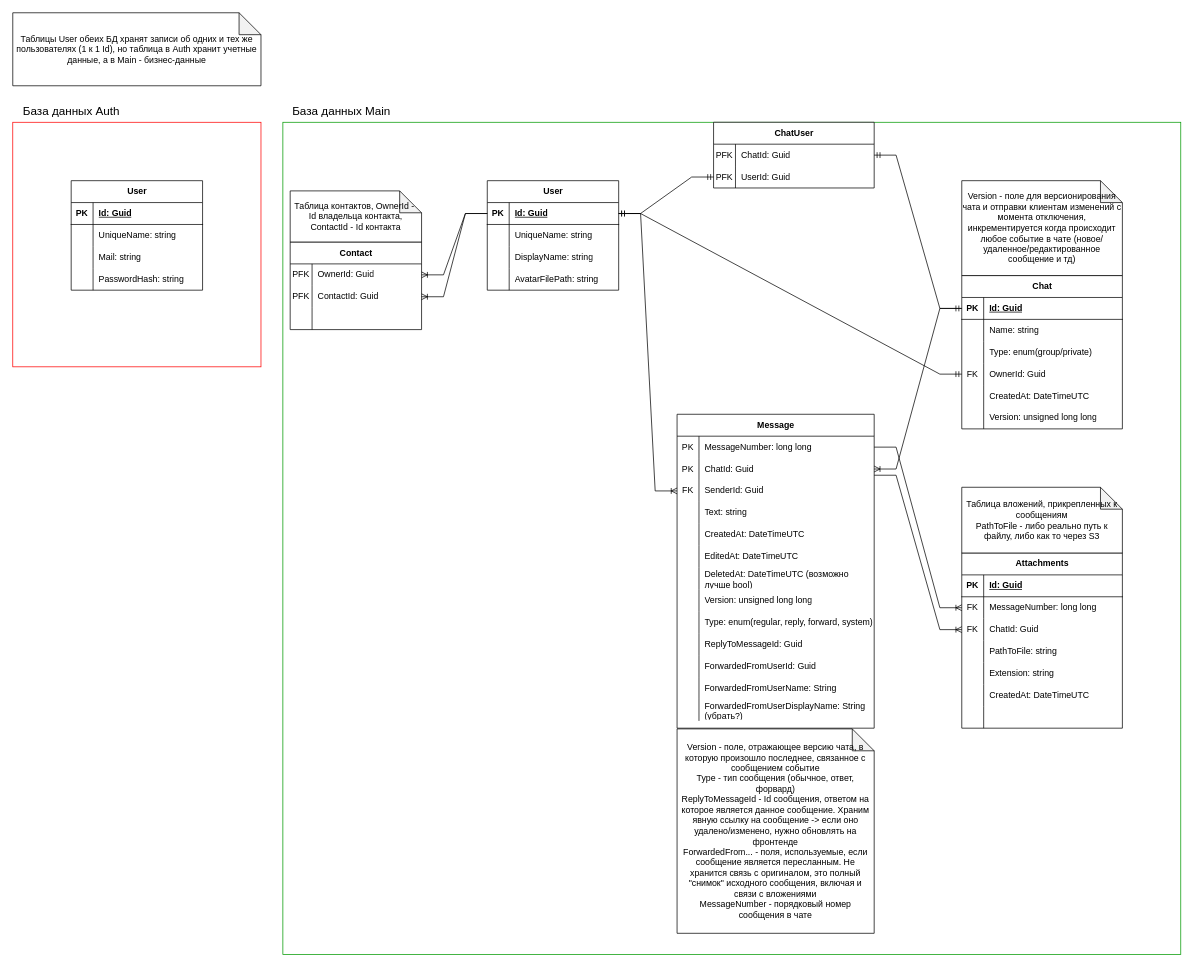
iuschnic/simple-messenger keeps this draw.io diagram as docs/backend/DB.drawio. Above is the earlier version. Source tidied: cells renumbered, new cells numbered last; positions are measured from the earlier drawing's top-left corner, leaving out a move shared by most shapes. Both pictures are drawn from the tidied source at 73%, with x=0, y=0 at pixel (12, 12).
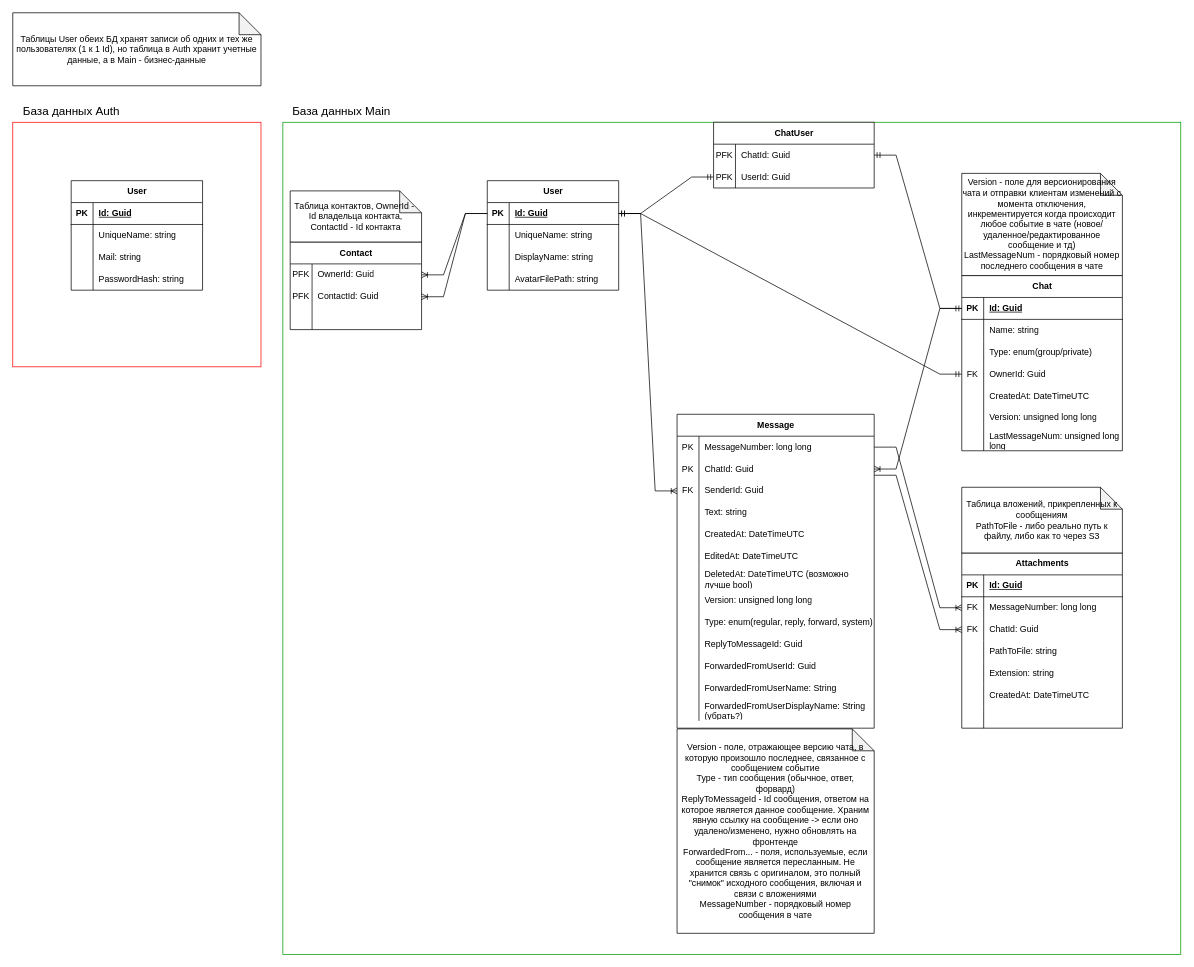
Above is the later version.

Commit message (it also covers changes not shown here):
#1 добавил в таблицу чатов порядковый номер последнего сообщения чата

Diff of the diagram source:
```diff
@@
     <mxCell id="46" value="Chat" style="shape=table;startSize=30;childLayout=tableLayout;rowLines=0;fontStyle=1;align=center;html=1;" parent="1" vertex="1">
-      <mxGeometry x="1300" y="360" width="220" height="210" as="geometry" />
+      <mxGeometry x="1300" y="360" width="220" height="240" as="geometry" />
     </mxCell>
@@
+    <mxCell id="144" style="shape=tableRow;horizontal=0;startSize=0;swimlaneHead=0;swimlaneBody=0;fillColor=none;top=0;left=0;right=0;bottom=0;" parent="46" vertex="1">
+      <mxGeometry y="210" width="220" height="30" as="geometry" />
+    </mxCell>
+    <mxCell id="145" style="shape=partialRectangle;fillColor=none;top=0;left=0;bottom=0;right=0;overflow=hidden;whiteSpace=wrap;html=1;" parent="144" vertex="1">
+      <mxGeometry width="30" height="30" as="geometry" />
+    </mxCell>
+    <mxCell id="146" value="LastMessageNum: unsigned long long" style="shape=partialRectangle;fillColor=none;top=0;left=0;bottom=0;right=0;align=left;spacingLeft=6;overflow=hidden;whiteSpace=wrap;html=1;" parent="144" vertex="1">
+      <mxGeometry x="30" width="190" height="30" as="geometry" />
+    </mxCell>
@@
-    <mxCell id="115" value="Version - поле для версионирования чата и отправки клиентам изменений с момента отключения, инкрементируется когда происходит любое событие в чате (новое/удаленное/редактированное сообщение и тд)" style="shape=note;whiteSpace=wrap;html=1;backgroundOutline=1;darkOpacity=0.05;" parent="1" vertex="1">
-      <mxGeometry x="1300" y="230" width="220" height="130" as="geometry" />
+    <mxCell id="115" value="Version - поле для версионирования чата и отправки клиентам изменений с момента отключения, инкрементируется когда происходит любое событие в чате (новое/удаленное/редактированное сообщение и тд)&lt;div&gt;LastMessageNum - порядковый номер последнего сообщения в чате&lt;/div&gt;" style="shape=note;whiteSpace=wrap;html=1;backgroundOutline=1;darkOpacity=0.05;" parent="1" vertex="1">
+      <mxGeometry x="1300" y="220" width="220" height="140" as="geometry" />
     </mxCell>
```
